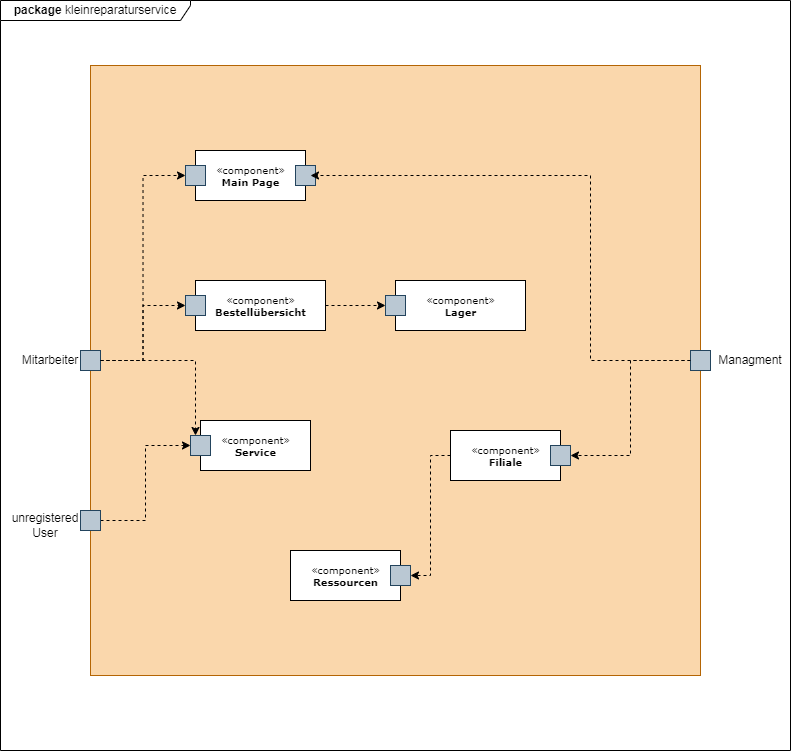
Above: src/main/asciidoc/models/Top-Level-Architektur.png in thedobariya/SP2024-G5-Kleinreparaturen_2 (draw.io), before the change. Source tidied: cells renumbered, new cells last; positions are measured from the earlier drawing's top-left corner, leaving out a move shared by most shapes. Source of this version:
```xml
<mxGraphModel>
  <root>
    <mxCell id="0" />
    <mxCell id="1" parent="0" />
    <mxCell id="2" style="whiteSpace=wrap;html=1;fillColor=#fad7ac;strokeColor=#b46504;" parent="1" vertex="1">
      <mxGeometry x="90" y="65" width="610" height="610" as="geometry" />
    </mxCell>
    <mxCell id="3" style="edgeStyle=orthogonalEdgeStyle;rounded=0;jettySize=auto;html=1;entryX=0;entryY=0.5;entryDx=0;entryDy=0;dashed=1;" parent="1" edge="1" source="17" target="11">
      <mxGeometry relative="1" as="geometry" />
    </mxCell>
    <mxCell id="4" style="edgeStyle=orthogonalEdgeStyle;rounded=0;jettySize=auto;html=1;entryX=1;entryY=0.5;entryDx=0;entryDy=0;dashed=1;" parent="1" edge="1" source="14" target="7">
      <mxGeometry relative="1" as="geometry" />
    </mxCell>
    <mxCell id="5" style="group;" parent="1" vertex="1">
      <mxGeometry x="450" y="430" width="120" height="50" as="geometry" />
    </mxCell>
    <mxCell id="6" value="«component»&lt;br&gt;&lt;b&gt;Filiale&lt;/b&gt;" style="html=1;rounded=0;shadow=0;comic=0;labelBackgroundColor=none;strokeWidth=1;fontFamily=Verdana;fontSize=10;align=center;" parent="5" vertex="1">
      <mxGeometry width="110" height="50" as="geometry" />
    </mxCell>
    <mxCell id="7" style="whiteSpace=wrap;html=1;fillColor=#bac8d3;strokeColor=#23445d;" parent="5" vertex="1">
      <mxGeometry x="100" y="15" width="20" height="20" as="geometry" />
    </mxCell>
    <mxCell id="8" style="group;" parent="1" vertex="1">
      <mxGeometry x="185" y="150" width="130" height="50" as="geometry" />
    </mxCell>
    <mxCell id="9" style="group;" parent="8" vertex="1">
      <mxGeometry width="130" height="50" as="geometry" />
    </mxCell>
    <mxCell id="10" value="«component»&lt;br&gt;&lt;b&gt;Main Page&lt;/b&gt;" style="html=1;rounded=0;shadow=0;comic=0;labelBackgroundColor=none;strokeWidth=1;fontFamily=Verdana;fontSize=10;align=center;" parent="9" vertex="1">
      <mxGeometry x="10" width="110" height="50" as="geometry" />
    </mxCell>
    <mxCell id="11" style="whiteSpace=wrap;html=1;fillColor=#bac8d3;strokeColor=#23445d;" parent="9" vertex="1">
      <mxGeometry y="15" width="20" height="20" as="geometry" />
    </mxCell>
    <mxCell id="12" style="whiteSpace=wrap;html=1;fillColor=#bac8d3;strokeColor=#23445d;" parent="9" vertex="1">
      <mxGeometry x="110" y="15" width="20" height="20" as="geometry" />
    </mxCell>
    <mxCell id="13" style="group;" parent="1" vertex="1">
      <mxGeometry x="690" y="345" width="70" height="30" as="geometry" />
    </mxCell>
    <mxCell id="14" style="whiteSpace=wrap;html=1;fillColor=#bac8d3;strokeColor=#23445d;" parent="13" vertex="1">
      <mxGeometry y="5" width="20" height="20" as="geometry" />
    </mxCell>
    <mxCell id="15" value="Managment" style="text;html=1;align=center;verticalAlign=middle;whiteSpace=wrap;rounded=0;" parent="13" vertex="1">
      <mxGeometry x="30" width="60" height="30" as="geometry" />
    </mxCell>
    <mxCell id="16" style="group;" parent="1" vertex="1">
      <mxGeometry x="20" y="345" width="80" height="30" as="geometry" />
    </mxCell>
    <mxCell id="17" style="whiteSpace=wrap;html=1;fillColor=#bac8d3;strokeColor=#23445d;" parent="16" vertex="1">
      <mxGeometry x="60" y="5" width="20" height="20" as="geometry" />
    </mxCell>
    <mxCell id="18" value="Mitarbeiter" style="text;html=1;align=center;verticalAlign=middle;whiteSpace=wrap;rounded=0;" parent="16" vertex="1">
      <mxGeometry width="60" height="30" as="geometry" />
    </mxCell>
    <mxCell id="19" style="edgeStyle=orthogonalEdgeStyle;rounded=0;jettySize=auto;html=1;dashed=1;" parent="1" edge="1" source="14">
      <mxGeometry relative="1" as="geometry">
        <mxPoint x="310" y="175" as="targetPoint" />
        <Array as="points">
          <mxPoint x="590" y="360" />
          <mxPoint x="590" y="175" />
        </Array>
      </mxGeometry>
    </mxCell>
    <mxCell id="20" style="group;" parent="1" vertex="1">
      <mxGeometry x="190" y="420" width="120" height="50" as="geometry" />
    </mxCell>
    <mxCell id="21" value="«component»&lt;br&gt;&lt;b&gt;Service&lt;/b&gt;" style="html=1;rounded=0;shadow=0;comic=0;labelBackgroundColor=none;strokeWidth=1;fontFamily=Verdana;fontSize=10;align=center;" parent="20" vertex="1">
      <mxGeometry x="10" width="110" height="50" as="geometry" />
    </mxCell>
    <mxCell id="22" style="whiteSpace=wrap;html=1;fillColor=#bac8d3;strokeColor=#23445d;" parent="20" vertex="1">
      <mxGeometry y="15" width="20" height="20" as="geometry" />
    </mxCell>
    <mxCell id="23" style="group;" parent="1" vertex="1">
      <mxGeometry x="185" y="280" width="140" height="50" as="geometry" />
    </mxCell>
    <mxCell id="24" value="«component»&lt;br&gt;&lt;b&gt;Bestellübersicht&lt;/b&gt;" style="html=1;rounded=0;shadow=0;comic=0;labelBackgroundColor=none;strokeWidth=1;fontFamily=Verdana;fontSize=10;align=center;" parent="23" vertex="1">
      <mxGeometry x="10" width="130" height="50" as="geometry" />
    </mxCell>
    <mxCell id="25" style="whiteSpace=wrap;html=1;fillColor=#bac8d3;strokeColor=#23445d;" parent="23" vertex="1">
      <mxGeometry y="15" width="20" height="20" as="geometry" />
    </mxCell>
    <mxCell id="26" style="edgeStyle=orthogonalEdgeStyle;rounded=0;jettySize=auto;html=1;entryX=0.25;entryY=0;entryDx=0;entryDy=0;dashed=1;" parent="1" edge="1" source="17" target="22">
      <mxGeometry relative="1" as="geometry" />
    </mxCell>
    <mxCell id="27" value="&lt;b&gt;package&lt;/b&gt; kleinreparaturservice" style="shape=umlFrame;whiteSpace=wrap;html=1;width=190;height=20;" parent="1" vertex="1">
      <mxGeometry width="790" height="750" as="geometry" />
    </mxCell>
    <mxCell id="28" style="edgeStyle=orthogonalEdgeStyle;rounded=0;jettySize=auto;html=1;entryX=0;entryY=0.5;entryDx=0;entryDy=0;dashed=1;" parent="1" edge="1" source="29" target="22">
      <mxGeometry relative="1" as="geometry" />
    </mxCell>
    <mxCell id="29" style="whiteSpace=wrap;html=1;fillColor=#bac8d3;strokeColor=#23445d;" parent="1" vertex="1">
      <mxGeometry x="80" y="510" width="20" height="20" as="geometry" />
    </mxCell>
    <mxCell id="30" value="unregistered&lt;div&gt;User&lt;/div&gt;" style="text;html=1;align=center;verticalAlign=middle;whiteSpace=wrap;rounded=0;" parent="1" vertex="1">
      <mxGeometry x="10" y="510" width="70" height="30" as="geometry" />
    </mxCell>
    <mxCell id="31" style="edgeStyle=orthogonalEdgeStyle;rounded=0;jettySize=auto;html=1;entryX=0;entryY=0.5;entryDx=0;entryDy=0;dashed=1;" parent="1" edge="1" source="17" target="25">
      <mxGeometry relative="1" as="geometry" />
    </mxCell>
    <mxCell id="32" style="group;" parent="1" vertex="1">
      <mxGeometry x="290" y="550" width="120" height="50" as="geometry" />
    </mxCell>
    <mxCell id="33" value="«component»&lt;br&gt;&lt;b&gt;Ressourcen&lt;/b&gt;" style="html=1;rounded=0;shadow=0;comic=0;labelBackgroundColor=none;strokeWidth=1;fontFamily=Verdana;fontSize=10;align=center;" parent="32" vertex="1">
      <mxGeometry width="110" height="50" as="geometry" />
    </mxCell>
    <mxCell id="34" style="whiteSpace=wrap;html=1;fillColor=#bac8d3;strokeColor=#23445d;" parent="32" vertex="1">
      <mxGeometry x="100" y="15" width="20" height="20" as="geometry" />
    </mxCell>
    <mxCell id="35" style="edgeStyle=orthogonalEdgeStyle;rounded=0;jettySize=auto;html=1;entryX=1;entryY=0.5;entryDx=0;entryDy=0;dashed=1;" parent="1" edge="1" source="6" target="34">
      <mxGeometry relative="1" as="geometry" />
    </mxCell>
    <mxCell id="36" style="group;" parent="1" vertex="1">
      <mxGeometry x="385" y="280" width="140" height="50" as="geometry" />
    </mxCell>
    <mxCell id="37" value="«component»&lt;br&gt;&lt;b&gt;Lager&lt;/b&gt;" style="html=1;rounded=0;shadow=0;comic=0;labelBackgroundColor=none;strokeWidth=1;fontFamily=Verdana;fontSize=10;align=center;" parent="36" vertex="1">
      <mxGeometry x="10" width="130" height="50" as="geometry" />
    </mxCell>
    <mxCell id="38" style="whiteSpace=wrap;html=1;fillColor=#bac8d3;strokeColor=#23445d;" parent="36" vertex="1">
      <mxGeometry y="15" width="20" height="20" as="geometry" />
    </mxCell>
    <mxCell id="39" style="edgeStyle=orthogonalEdgeStyle;rounded=0;jettySize=auto;html=1;dashed=1;" parent="1" edge="1" source="24" target="38">
      <mxGeometry relative="1" as="geometry" />
    </mxCell>
  </root>
</mxGraphModel>
```
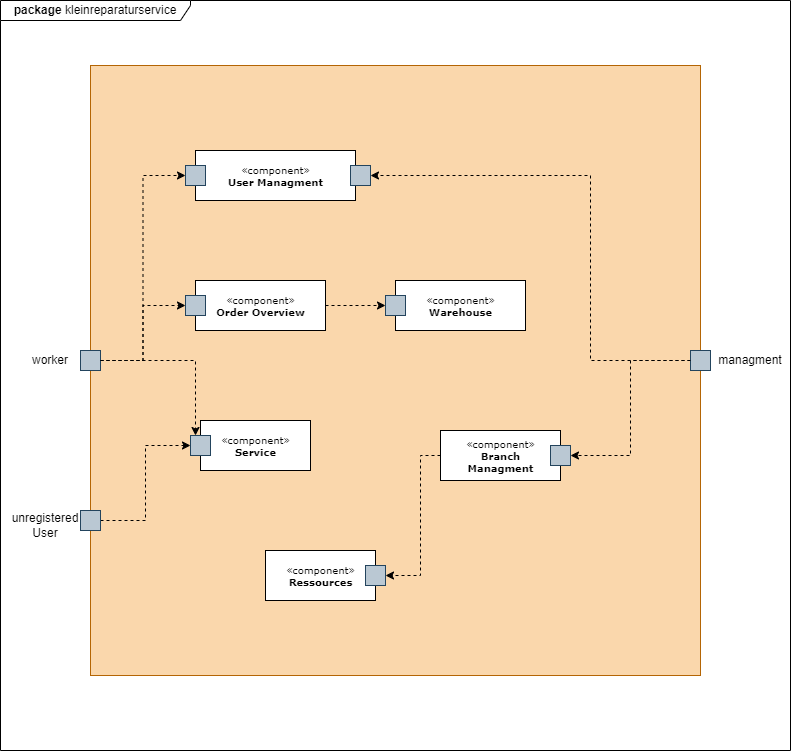
Above is the later version.

Diff of the diagram source:
```diff
@@ -14,26 +14,26 @@
     <mxCell id="5" style="group;" parent="1" vertex="1">
       <mxGeometry x="450" y="430" width="120" height="50" as="geometry" />
     </mxCell>
-    <mxCell id="6" value="«component»&lt;br&gt;&lt;b&gt;Filiale&lt;/b&gt;" style="html=1;rounded=0;shadow=0;comic=0;labelBackgroundColor=none;strokeWidth=1;fontFamily=Verdana;fontSize=10;align=center;" parent="5" vertex="1">
-      <mxGeometry width="110" height="50" as="geometry" />
+    <mxCell id="6" value="«component»&lt;br&gt;&lt;b&gt;Branch&lt;/b&gt;&lt;div&gt;&lt;b&gt;Managment&lt;/b&gt;&lt;/div&gt;" style="html=1;rounded=0;shadow=0;comic=0;labelBackgroundColor=none;strokeWidth=1;fontFamily=Verdana;fontSize=10;align=center;" parent="5" vertex="1">
+      <mxGeometry x="-10" width="120" height="50" as="geometry" />
     </mxCell>
     <mxCell id="7" style="whiteSpace=wrap;html=1;fillColor=#bac8d3;strokeColor=#23445d;" parent="5" vertex="1">
       <mxGeometry x="100" y="15" width="20" height="20" as="geometry" />
     </mxCell>
     <mxCell id="8" style="group;" parent="1" vertex="1">
-      <mxGeometry x="185" y="150" width="130" height="50" as="geometry" />
+      <mxGeometry x="185" y="150" width="170" height="50" as="geometry" />
     </mxCell>
     <mxCell id="9" style="group;" parent="8" vertex="1">
-      <mxGeometry width="130" height="50" as="geometry" />
+      <mxGeometry width="170" height="50" as="geometry" />
     </mxCell>
-    <mxCell id="10" value="«component»&lt;br&gt;&lt;b&gt;Main Page&lt;/b&gt;" style="html=1;rounded=0;shadow=0;comic=0;labelBackgroundColor=none;strokeWidth=1;fontFamily=Verdana;fontSize=10;align=center;" parent="9" vertex="1">
-      <mxGeometry x="10" width="110" height="50" as="geometry" />
+    <mxCell id="10" value="«component»&lt;br&gt;&lt;b&gt;User Managment&lt;/b&gt;" style="html=1;rounded=0;shadow=0;comic=0;labelBackgroundColor=none;strokeWidth=1;fontFamily=Verdana;fontSize=10;align=center;" parent="9" vertex="1">
+      <mxGeometry x="10" width="160" height="50" as="geometry" />
     </mxCell>
     <mxCell id="11" style="whiteSpace=wrap;html=1;fillColor=#bac8d3;strokeColor=#23445d;" parent="9" vertex="1">
       <mxGeometry y="15" width="20" height="20" as="geometry" />
     </mxCell>
     <mxCell id="12" style="whiteSpace=wrap;html=1;fillColor=#bac8d3;strokeColor=#23445d;" parent="9" vertex="1">
-      <mxGeometry x="110" y="15" width="20" height="20" as="geometry" />
+      <mxGeometry x="165" y="15" width="20" height="20" as="geometry" />
     </mxCell>
     <mxCell id="13" style="group;" parent="1" vertex="1">
       <mxGeometry x="690" y="345" width="70" height="30" as="geometry" />
@@ -41,7 +41,7 @@
     <mxCell id="14" style="whiteSpace=wrap;html=1;fillColor=#bac8d3;strokeColor=#23445d;" parent="13" vertex="1">
       <mxGeometry y="5" width="20" height="20" as="geometry" />
     </mxCell>
-    <mxCell id="15" value="Managment" style="text;html=1;align=center;verticalAlign=middle;whiteSpace=wrap;rounded=0;" parent="13" vertex="1">
+    <mxCell id="15" value="managment" style="text;html=1;align=center;verticalAlign=middle;whiteSpace=wrap;rounded=0;" parent="13" vertex="1">
       <mxGeometry x="30" width="60" height="30" as="geometry" />
     </mxCell>
     <mxCell id="16" style="group;" parent="1" vertex="1">
@@ -50,12 +50,11 @@
     <mxCell id="17" style="whiteSpace=wrap;html=1;fillColor=#bac8d3;strokeColor=#23445d;" parent="16" vertex="1">
       <mxGeometry x="60" y="5" width="20" height="20" as="geometry" />
     </mxCell>
-    <mxCell id="18" value="Mitarbeiter" style="text;html=1;align=center;verticalAlign=middle;whiteSpace=wrap;rounded=0;" parent="16" vertex="1">
+    <mxCell id="18" value="worker" style="text;html=1;align=center;verticalAlign=middle;whiteSpace=wrap;rounded=0;" parent="16" vertex="1">
       <mxGeometry width="60" height="30" as="geometry" />
     </mxCell>
-    <mxCell id="19" style="edgeStyle=orthogonalEdgeStyle;rounded=0;jettySize=auto;html=1;dashed=1;" parent="1" edge="1" source="14">
+    <mxCell id="19" style="edgeStyle=orthogonalEdgeStyle;rounded=0;jettySize=auto;html=1;dashed=1;entryX=1;entryY=0.5;entryDx=0;entryDy=0;" parent="1" edge="1" source="14" target="12">
       <mxGeometry relative="1" as="geometry">
-        <mxPoint x="310" y="175" as="targetPoint" />
         <Array as="points">
           <mxPoint x="590" y="360" />
           <mxPoint x="590" y="175" />
@@ -74,7 +73,7 @@
     <mxCell id="23" style="group;" parent="1" vertex="1">
       <mxGeometry x="185" y="280" width="140" height="50" as="geometry" />
     </mxCell>
-    <mxCell id="24" value="«component»&lt;br&gt;&lt;b&gt;Bestellübersicht&lt;/b&gt;" style="html=1;rounded=0;shadow=0;comic=0;labelBackgroundColor=none;strokeWidth=1;fontFamily=Verdana;fontSize=10;align=center;" parent="23" vertex="1">
+    <mxCell id="24" value="«component»&lt;br&gt;&lt;b&gt;Order Overview&lt;/b&gt;" style="html=1;rounded=0;shadow=0;comic=0;labelBackgroundColor=none;strokeWidth=1;fontFamily=Verdana;fontSize=10;align=center;" parent="23" vertex="1">
       <mxGeometry x="10" width="130" height="50" as="geometry" />
     </mxCell>
     <mxCell id="25" style="whiteSpace=wrap;html=1;fillColor=#bac8d3;strokeColor=#23445d;" parent="23" vertex="1">
@@ -99,21 +98,26 @@
       <mxGeometry relative="1" as="geometry" />
     </mxCell>
     <mxCell id="32" style="group;" parent="1" vertex="1">
-      <mxGeometry x="290" y="550" width="120" height="50" as="geometry" />
+      <mxGeometry x="265" y="550" width="120" height="50" as="geometry" />
     </mxCell>
-    <mxCell id="33" value="«component»&lt;br&gt;&lt;b&gt;Ressourcen&lt;/b&gt;" style="html=1;rounded=0;shadow=0;comic=0;labelBackgroundColor=none;strokeWidth=1;fontFamily=Verdana;fontSize=10;align=center;" parent="32" vertex="1">
+    <mxCell id="33" value="«component»&lt;br&gt;&lt;b&gt;Ressources&lt;/b&gt;" style="html=1;rounded=0;shadow=0;comic=0;labelBackgroundColor=none;strokeWidth=1;fontFamily=Verdana;fontSize=10;align=center;" parent="32" vertex="1">
       <mxGeometry width="110" height="50" as="geometry" />
     </mxCell>
     <mxCell id="34" style="whiteSpace=wrap;html=1;fillColor=#bac8d3;strokeColor=#23445d;" parent="32" vertex="1">
       <mxGeometry x="100" y="15" width="20" height="20" as="geometry" />
     </mxCell>
     <mxCell id="35" style="edgeStyle=orthogonalEdgeStyle;rounded=0;jettySize=auto;html=1;entryX=1;entryY=0.5;entryDx=0;entryDy=0;dashed=1;" parent="1" edge="1" source="6" target="34">
-      <mxGeometry relative="1" as="geometry" />
+      <mxGeometry relative="1" as="geometry">
+        <Array as="points">
+          <mxPoint x="420" y="455" />
+          <mxPoint x="420" y="575" />
+        </Array>
+      </mxGeometry>
     </mxCell>
     <mxCell id="36" style="group;" parent="1" vertex="1">
       <mxGeometry x="385" y="280" width="140" height="50" as="geometry" />
     </mxCell>
-    <mxCell id="37" value="«component»&lt;br&gt;&lt;b&gt;Lager&lt;/b&gt;" style="html=1;rounded=0;shadow=0;comic=0;labelBackgroundColor=none;strokeWidth=1;fontFamily=Verdana;fontSize=10;align=center;" parent="36" vertex="1">
+    <mxCell id="37" value="«component»&lt;br&gt;&lt;b&gt;Warehouse&lt;/b&gt;" style="html=1;rounded=0;shadow=0;comic=0;labelBackgroundColor=none;strokeWidth=1;fontFamily=Verdana;fontSize=10;align=center;" parent="36" vertex="1">
       <mxGeometry x="10" width="130" height="50" as="geometry" />
     </mxCell>
     <mxCell id="38" style="whiteSpace=wrap;html=1;fillColor=#bac8d3;strokeColor=#23445d;" parent="36" vertex="1">
```
